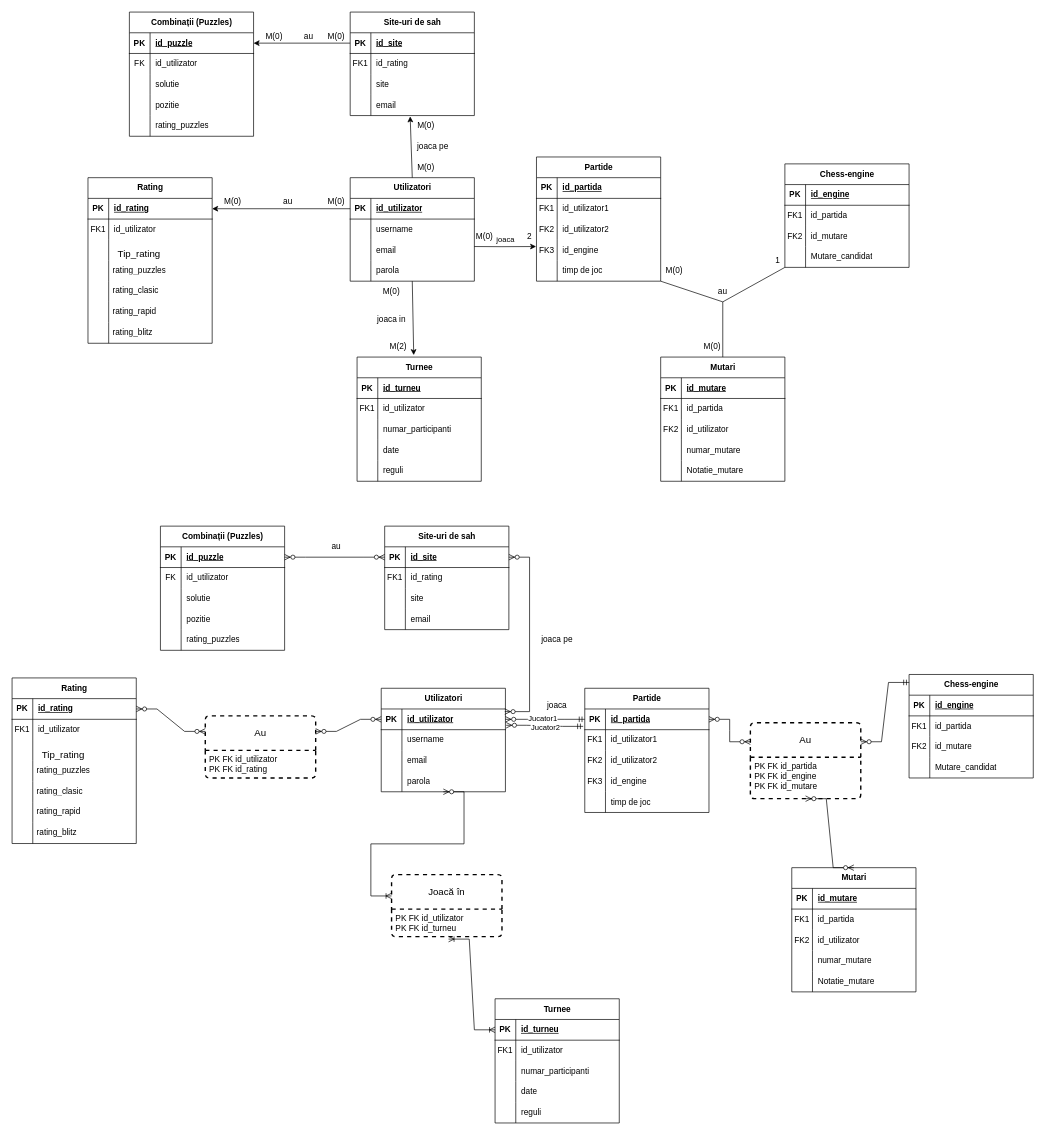
CiprianVlad/facultate keeps this draw.io diagram as Anul1/Semestrul 2/BD/proiect/Sah.drawio. Above is the earlier version. Source tidied: cells renumbered, new cells numbered last; positions are measured from the earlier drawing's top-left corner, leaving out a move shared by most shapes. Both pictures are drawn from the tidied source at 69%, with x=0, y=0 at pixel (12, 12).
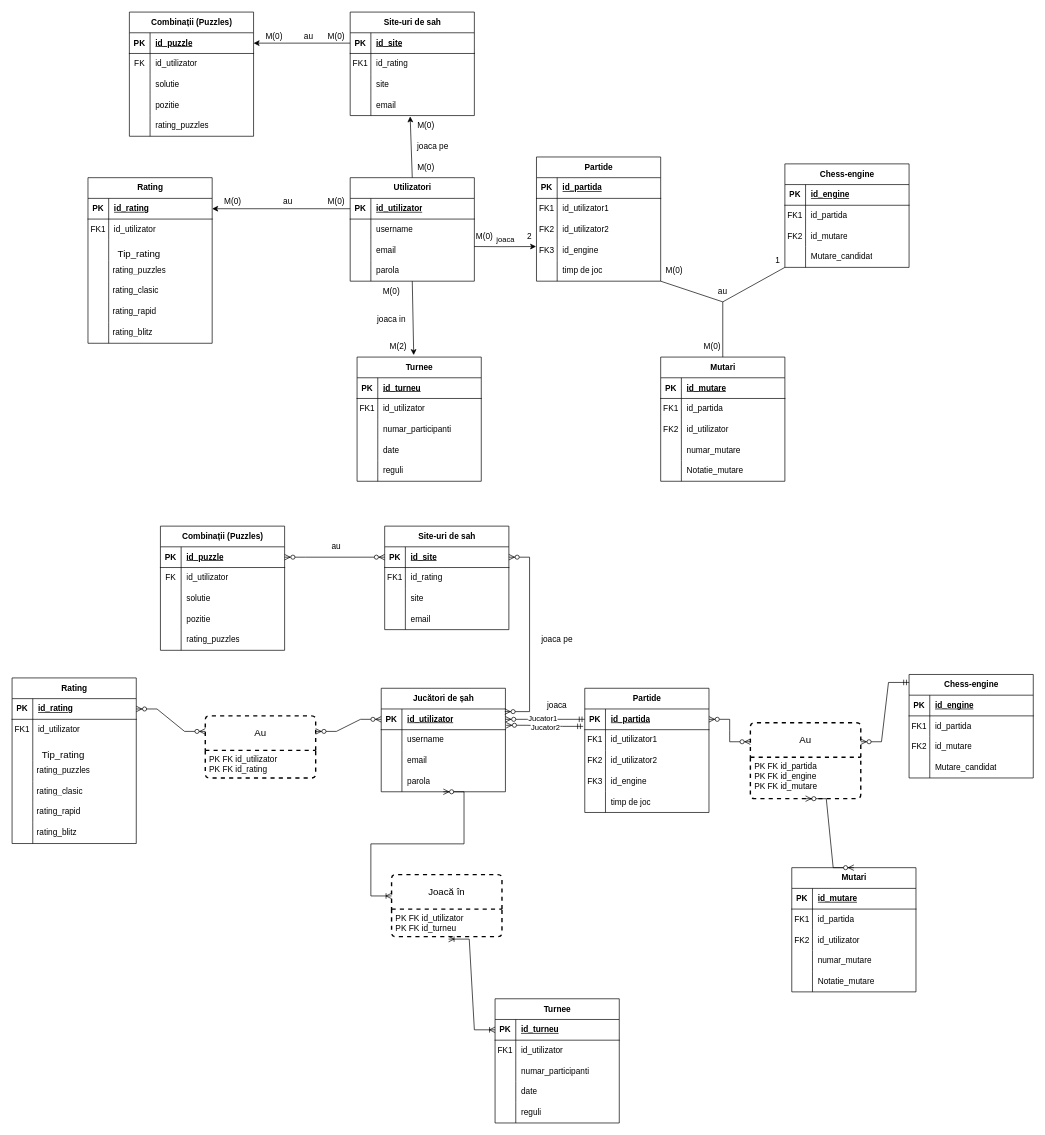
The same page after the edit.

What changed in the source:
```diff
@@
-    <mxCell id="150" value="Utilizatori" style="shape=table;startSize=30;childLayout=tableLayout;rowLines=0;fontStyle=1;align=center;html=1;" parent="1" vertex="1">
+    <mxCell id="150" value="Jucători de șah" style="shape=table;startSize=30;childLayout=tableLayout;rowLines=0;fontStyle=1;align=center;html=1;" parent="1" vertex="1">
       <mxGeometry x="535" y="980" width="180" height="150" as="geometry" />
     </mxCell>
```
